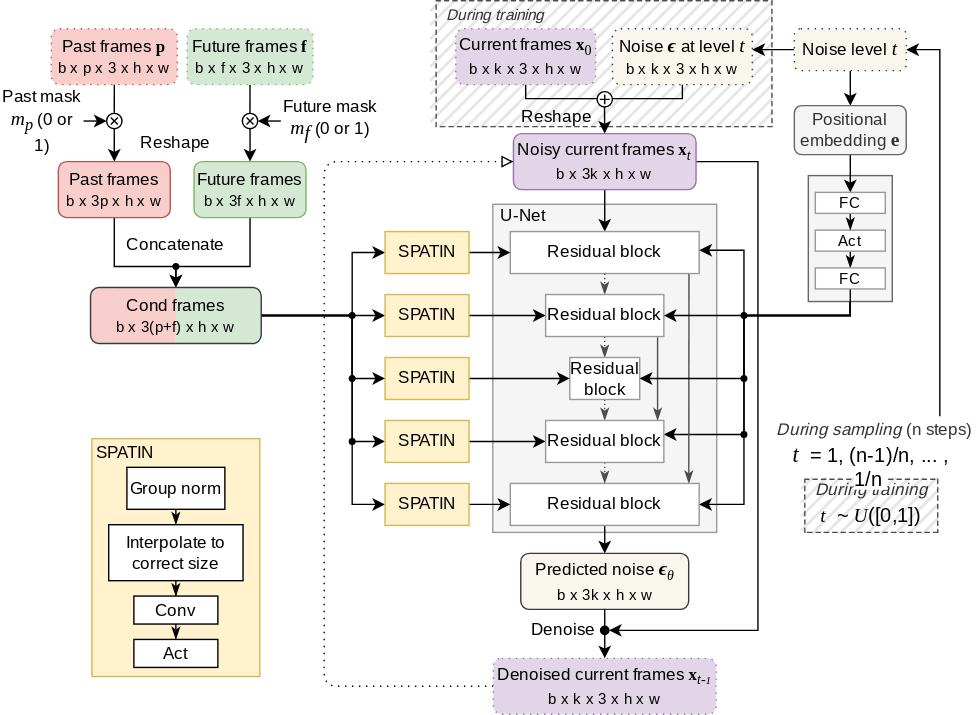
Before: SPATIN.svg, a diagram exported from draw.io (mask-cond-video-diffusion/mask-cond-video-diffusion.github.io). Source tidied: cells renumbered, new cells last; positions are measured from the earlier drawing's top-left corner, leaving out a move shared by most shapes.
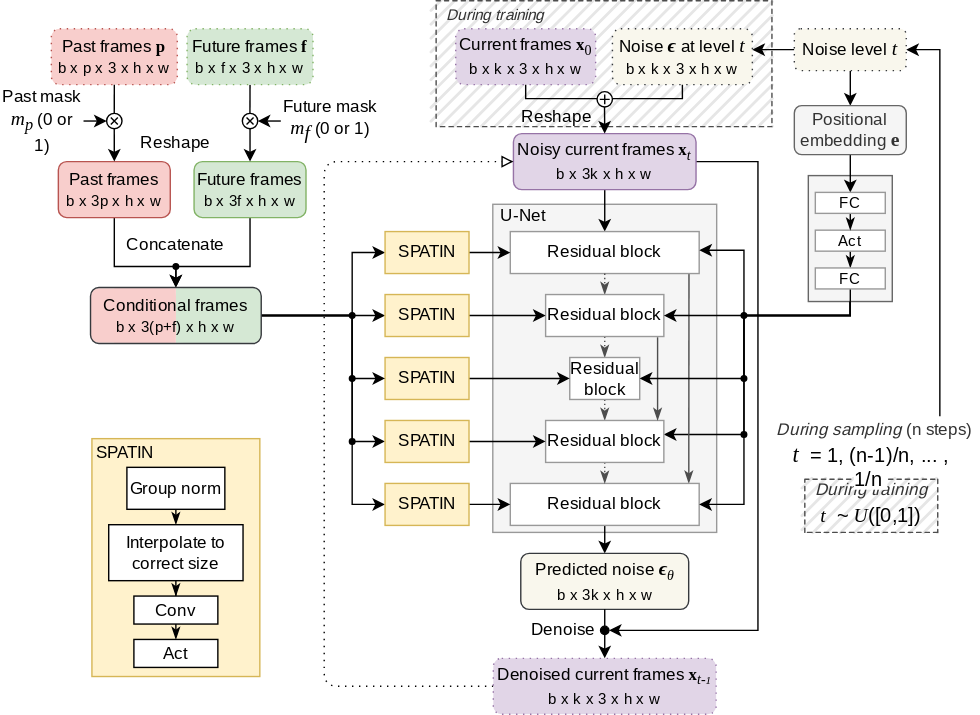
Above is the later version.

Change to the diagram source:
```diff
@@ -448,7 +448,7 @@
     <mxCell id="115" style="rounded=0;whiteSpace=wrap;html=1;labelBackgroundColor=none;fontFamily=Garamond;fontSize=11;strokeColor=none;fillColor=#f8cecc;" parent="1" vertex="1">
       <mxGeometry x="81" y="205.5" width="44" height="39" as="geometry" />
     </mxCell>
-    <mxCell id="116" value="Cond frames&lt;br&gt;&lt;font style=&quot;font-size: 11px;&quot;&gt;b x 3(p+f) x h x w&lt;/font&gt;" style="rounded=1;whiteSpace=wrap;html=1;fontFamily=Lato;fontSource=https%3A%2F%2Ffonts.googleapis.com%2Fcss%3Ffamily%3DLato;fillColor=none;strokeColor=#36393d;" parent="1" vertex="1">
+    <mxCell id="116" value="Conditional frames&lt;br&gt;&lt;font style=&quot;font-size: 11px;&quot;&gt;b x 3(p+f) x h x w&lt;/font&gt;" style="rounded=1;whiteSpace=wrap;html=1;fontFamily=Lato;fontSource=https%3A%2F%2Ffonts.googleapis.com%2Fcss%3Ffamily%3DLato;fillColor=none;strokeColor=#36393d;" parent="1" vertex="1">
       <mxGeometry x="64" y="205" width="122" height="40" as="geometry" />
     </mxCell>
   </root>
```
